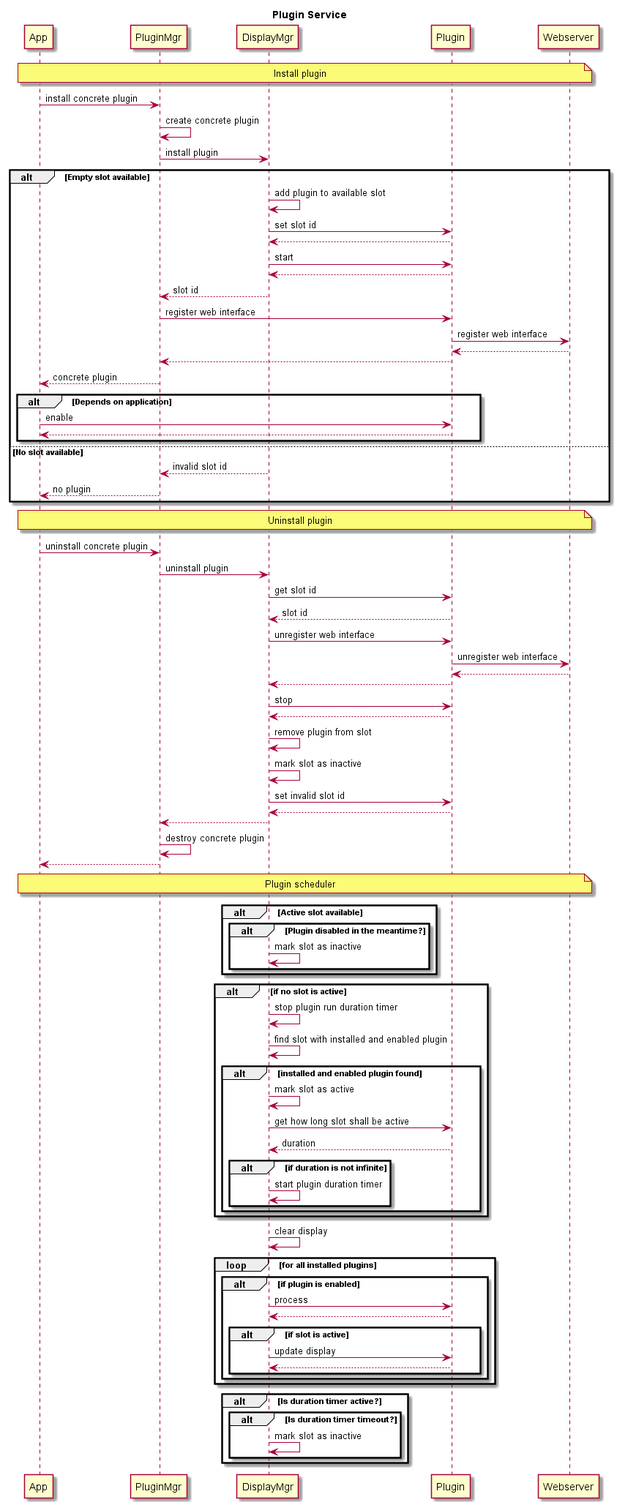
BlueAndi/Pixelix keeps this PlantUML diagram as doc/design/plugin-service-dynamic.png. Above is the earlier version. Its diagram source:
```plantuml
@startuml

title Plugin Service

participant "App" as app
participant "PluginMgr" as pluginMgr
participant "DisplayMgr" as displayMgr
participant "Plugin" as plugin
participant "Webserver" as webServer

note over app,webServer
    Install plugin
end note

app -> pluginMgr: install concrete plugin
pluginMgr -> pluginMgr: create concrete plugin
pluginMgr -> displayMgr: install plugin

alt Empty slot available
    displayMgr -> displayMgr: add plugin to available slot
    displayMgr -> plugin: set slot id
    plugin --> displayMgr
    displayMgr -> plugin: start
    plugin --> displayMgr
    displayMgr --> pluginMgr: slot id
    pluginMgr -> plugin: register web interface
    plugin -> webServer: register web interface
    webServer --> plugin
    plugin --> pluginMgr
    pluginMgr --> app: concrete plugin

    alt Depends on application
        app -> plugin: enable
        plugin --> app
    end alt
else No slot available
    displayMgr --> pluginMgr: invalid slot id
    pluginMgr --> app: no plugin
end alt

note over app,webServer
    Uninstall plugin
end note

app -> pluginMgr: uninstall concrete plugin
pluginMgr -> displayMgr: uninstall plugin
displayMgr -> plugin: get slot id
plugin --> displayMgr: slot id
displayMgr -> plugin: unregister web interface
plugin -> webServer: unregister web interface
webServer --> plugin
plugin --> displayMgr
displayMgr -> plugin: stop
plugin --> displayMgr
displayMgr -> displayMgr: remove plugin from slot
displayMgr -> displayMgr: mark slot as inactive
displayMgr -> plugin: set invalid slot id
plugin --> displayMgr
displayMgr --> pluginMgr
pluginMgr -> pluginMgr: destroy concrete plugin
pluginMgr --> app

note over app,webServer
    Plugin scheduler
end note

alt Active slot available

    alt Plugin disabled in the meantime?
        displayMgr -> displayMgr: mark slot as inactive
    end alt

end alt

alt if no slot is active

    displayMgr -> displayMgr: stop plugin run duration timer
    displayMgr -> displayMgr: find slot with installed and enabled plugin

    alt installed and enabled plugin found
        displayMgr -> displayMgr: mark slot as active
        displayMgr -> plugin: get how long slot shall be active
        plugin --> displayMgr: duration

        alt if duration is not infinite
            displayMgr -> displayMgr: start plugin duration timer
        end alt
    end alt

end alt

displayMgr -> displayMgr: clear display

loop for all installed plugins

    alt if plugin is enabled

        displayMgr -> plugin: process
        plugin --> displayMgr

        alt if slot is active
            displayMgr -> plugin: update display
            plugin --> displayMgr
        end alt

    end alt

end loop

alt Is duration timer active?
    alt Is duration timer timeout?
        displayMgr -> displayMgr: mark slot as inactive
    end alt
end alt

@enduml
```
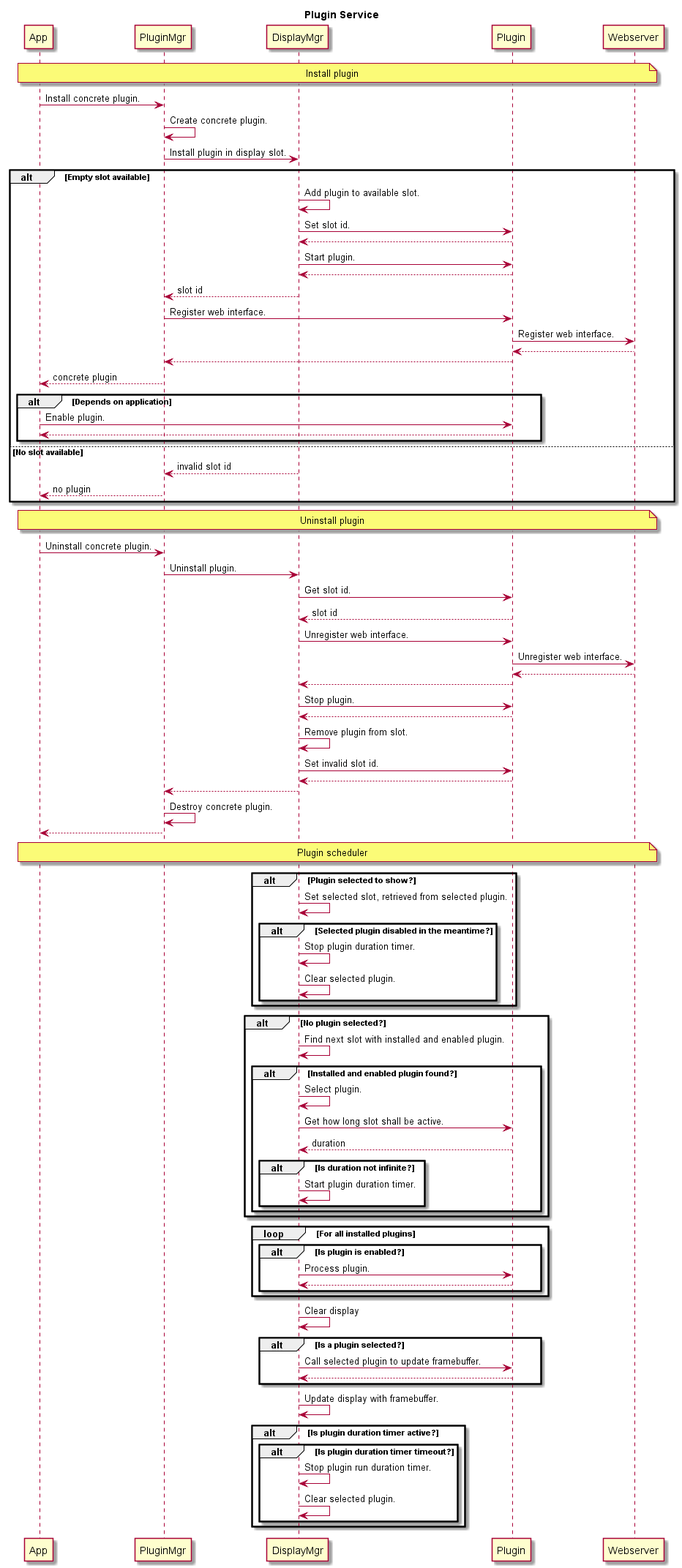
After the commit.

Diff of the diagram source:
```diff
@@ -12,25 +12,25 @@
     Install plugin
 end note
 
-app -> pluginMgr: install concrete plugin
-pluginMgr -> pluginMgr: create concrete plugin
-pluginMgr -> displayMgr: install plugin
+app -> pluginMgr: Install concrete plugin.
+pluginMgr -> pluginMgr: Create concrete plugin.
+pluginMgr -> displayMgr: Install plugin in display slot.
 
 alt Empty slot available
-    displayMgr -> displayMgr: add plugin to available slot
-    displayMgr -> plugin: set slot id
+    displayMgr -> displayMgr: Add plugin to available slot.
+    displayMgr -> plugin: Set slot id.
     plugin --> displayMgr
-    displayMgr -> plugin: start
+    displayMgr -> plugin: Start plugin.
     plugin --> displayMgr
     displayMgr --> pluginMgr: slot id
-    pluginMgr -> plugin: register web interface
-    plugin -> webServer: register web interface
+    pluginMgr -> plugin: Register web interface.
+    plugin -> webServer: Register web interface.
     webServer --> plugin
     plugin --> pluginMgr
     pluginMgr --> app: concrete plugin
 
     alt Depends on application
-        app -> plugin: enable
+        app -> plugin: Enable plugin.
         plugin --> app
     end alt
 else No slot available
@@ -42,74 +42,78 @@
     Uninstall plugin
 end note
 
-app -> pluginMgr: uninstall concrete plugin
-pluginMgr -> displayMgr: uninstall plugin
-displayMgr -> plugin: get slot id
+app -> pluginMgr: Uninstall concrete plugin.
+pluginMgr -> displayMgr: Uninstall plugin.
+displayMgr -> plugin: Get slot id.
 plugin --> displayMgr: slot id
-displayMgr -> plugin: unregister web interface
-plugin -> webServer: unregister web interface
+displayMgr -> plugin: Unregister web interface.
+plugin -> webServer: Unregister web interface.
 webServer --> plugin
 plugin --> displayMgr
-displayMgr -> plugin: stop
+displayMgr -> plugin: Stop plugin.
 plugin --> displayMgr
-displayMgr -> displayMgr: remove plugin from slot
-displayMgr -> displayMgr: mark slot as inactive
-displayMgr -> plugin: set invalid slot id
+displayMgr -> displayMgr: Remove plugin from slot.
+displayMgr -> plugin: Set invalid slot id.
 plugin --> displayMgr
 displayMgr --> pluginMgr
-pluginMgr -> pluginMgr: destroy concrete plugin
+pluginMgr -> pluginMgr: Destroy concrete plugin.
 pluginMgr --> app
 
 note over app,webServer
     Plugin scheduler
 end note
 
-alt Active slot available
+alt Plugin selected to show?
 
-    alt Plugin disabled in the meantime?
-        displayMgr -> displayMgr: mark slot as inactive
+    displayMgr -> displayMgr: Set selected slot, retrieved from selected plugin.
+
+    alt Selected plugin disabled in the meantime?
+        displayMgr -> displayMgr: Stop plugin duration timer.
+        displayMgr -> displayMgr: Clear selected plugin.
     end alt
 
 end alt
 
-alt if no slot is active
+alt No plugin selected?
 
-    displayMgr -> displayMgr: stop plugin run duration timer
-    displayMgr -> displayMgr: find slot with installed and enabled plugin
+    displayMgr -> displayMgr: Find next slot with installed and enabled plugin.
 
-    alt installed and enabled plugin found
-        displayMgr -> displayMgr: mark slot as active
-        displayMgr -> plugin: get how long slot shall be active
+    alt Installed and enabled plugin found?
+        displayMgr -> displayMgr: Select plugin.
+        displayMgr -> plugin: Get how long slot shall be active.
         plugin --> displayMgr: duration
 
-        alt if duration is not infinite
-            displayMgr -> displayMgr: start plugin duration timer
+        alt Is duration not infinite?
+            displayMgr -> displayMgr: Start plugin duration timer.
         end alt
     end alt
 
 end alt
 
-displayMgr -> displayMgr: clear display
+loop For all installed plugins
 
-loop for all installed plugins
+    alt Is plugin is enabled?
 
-    alt if plugin is enabled
-
-        displayMgr -> plugin: process
+        displayMgr -> plugin: Process plugin.
         plugin --> displayMgr
-
-        alt if slot is active
-            displayMgr -> plugin: update display
-            plugin --> displayMgr
-        end alt
 
     end alt
 
 end loop
 
-alt Is duration timer active?
-    alt Is duration timer timeout?
-        displayMgr -> displayMgr: mark slot as inactive
+displayMgr -> displayMgr: Clear display
+
+alt Is a plugin selected?
+    displayMgr -> plugin: Call selected plugin to update framebuffer.
+    plugin --> displayMgr
+end alt
+
+displayMgr -> displayMgr: Update display with framebuffer.
+
+alt Is plugin duration timer active?
+    alt Is plugin duration timer timeout?
+        displayMgr -> displayMgr: Stop plugin run duration timer.
+        displayMgr -> displayMgr: Clear selected plugin.
     end alt
 end alt
 
```
